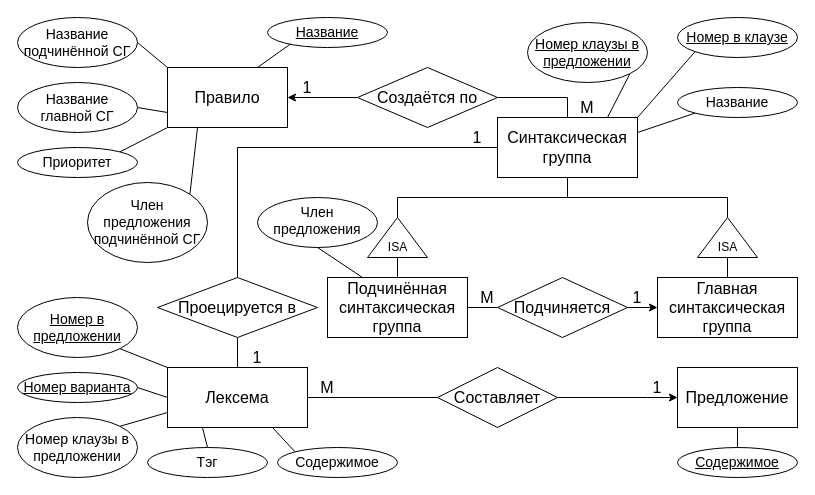
This is DZ1.drawio from DMfananddu/Computing-Facilities-AIPCS, a draw.io file, before an edit. Source tidied: cells renumbered, new cells numbered last; positions are measured from the earlier drawing's top-left corner, leaving out a move shared by most shapes. Both pictures are drawn from the tidied source at 100%, with x=0, y=0 at pixel (17, 17).
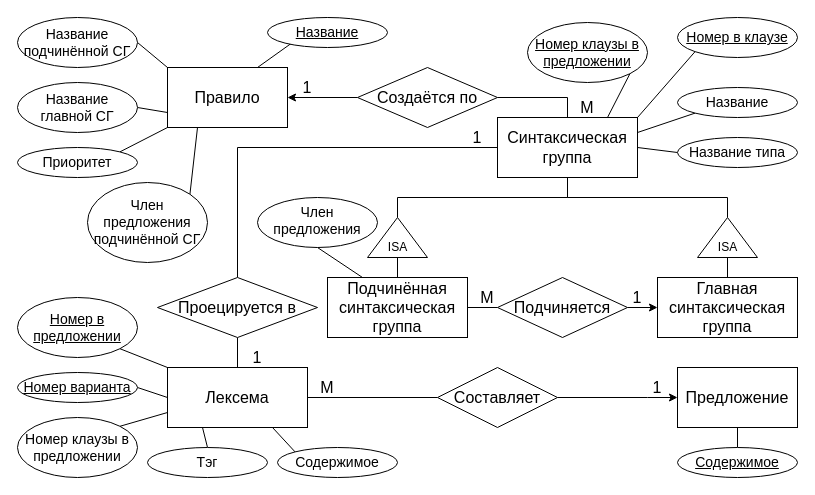
Above is the later version.

Unchanged cells that the change refers to:
```xml
<mxCell id="25" value="Синтаксическая группа" style="rounded=0;whiteSpace=wrap;html=1;fontSize=16;" parent="1" vertex="1">
  <mxGeometry x="480" y="100" width="140" height="60" as="geometry" />
</mxCell>
```

The edit, as a diff of the source:
```diff
@@
+    <mxCell id="66" style="edgeStyle=none;rounded=0;jettySize=auto;html=1;exitX=0;exitY=0.5;exitDx=0;exitDy=0;entryX=1;entryY=0.5;entryDx=0;entryDy=0;endArrow=none;endFill=0;" parent="1" edge="1" source="67" target="25">
+      <mxGeometry relative="1" as="geometry" />
+    </mxCell>
+    <mxCell id="67" value="Название типа" style="ellipse;whiteSpace=wrap;html=1;fontSize=14;verticalAlign=middle;horizontal=1;" parent="1" vertex="1">
+      <mxGeometry x="660" y="120" width="120" height="30" as="geometry" />
+    </mxCell>
```
